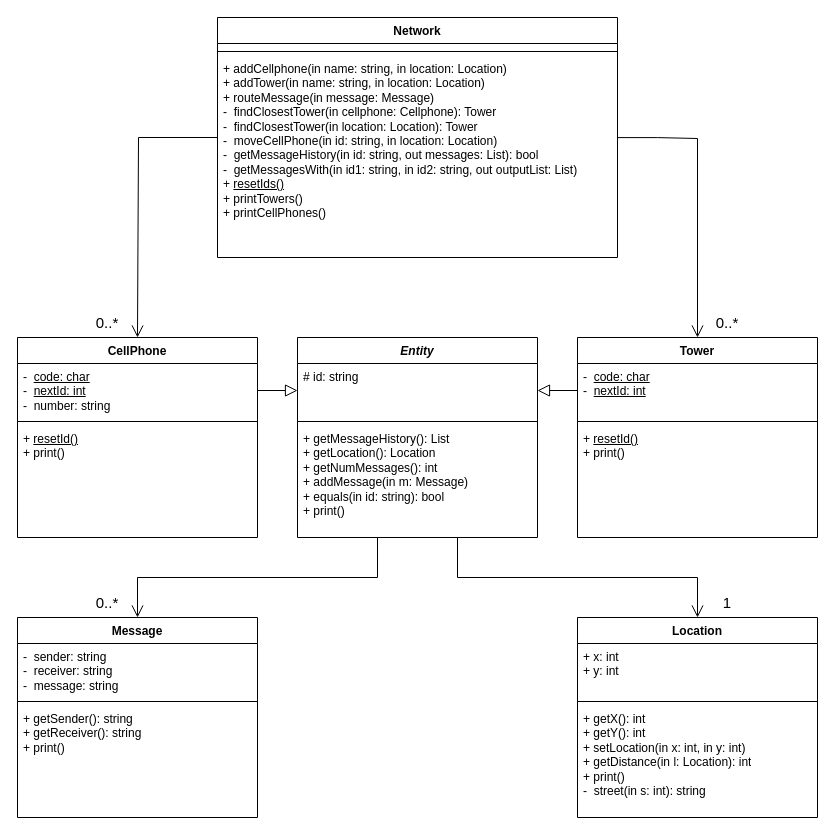
Above: Untitled Diagram.drawio in InvalidPathException/draw.io (draw.io), before the change. Source tidied: cells renumbered, new cells numbered last; positions are measured from the earlier drawing's top-left corner, leaving out a move shared by most shapes. Both pictures are drawn from the tidied source at 100%, with x=0, y=0 at pixel (17, 17).
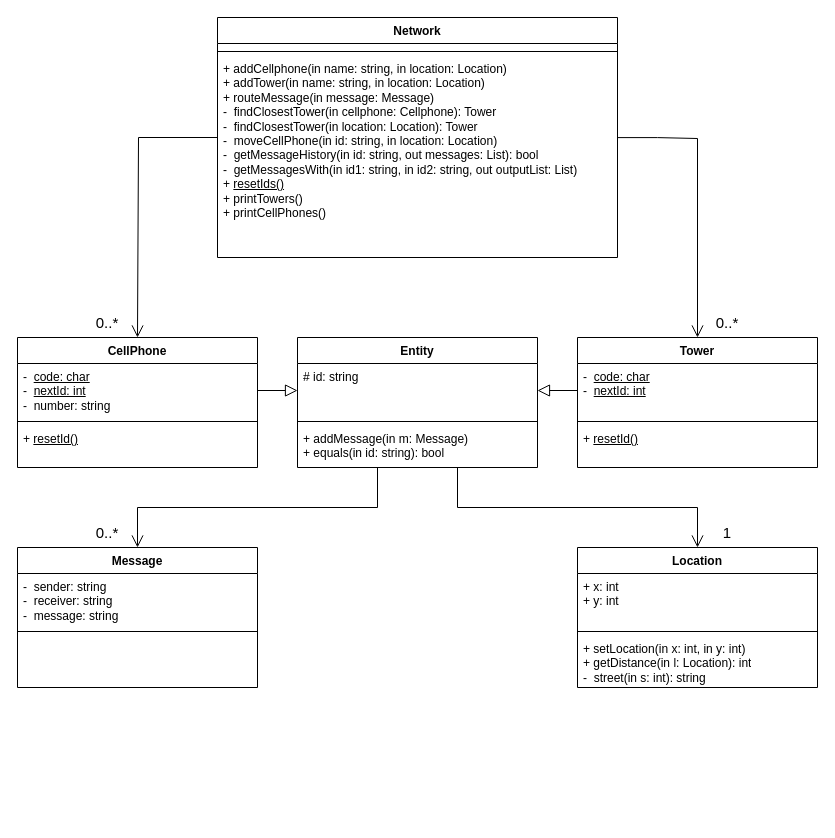
The same page after the edit.

What changed in the source:
```diff
@@
     <mxCell id="8" value="CellPhone" style="swimlane;fontStyle=1;align=center;verticalAlign=top;horizontal=1;startSize=26;whiteSpace=wrap;html=1;" parent="1" vertex="1">
-      <mxGeometry y="320" width="240" height="200" as="geometry" />
+      <mxGeometry y="320" width="240" height="130" as="geometry" />
     </mxCell>
@@
-    <mxCell id="11" value="&lt;div&gt;+ &lt;u&gt;resetId()&lt;/u&gt;&lt;/div&gt;&lt;div&gt;+ print()&lt;br&gt;&lt;/div&gt;" style="text;strokeColor=none;fillColor=none;align=left;verticalAlign=top;spacingLeft=4;spacingRight=4;overflow=hidden;whiteSpace=wrap;html=1;" parent="8" vertex="1">
-      <mxGeometry y="88" width="240" height="112" as="geometry" />
+    <mxCell id="11" value="&lt;div&gt;+ &lt;u&gt;resetId()&lt;/u&gt;&lt;/div&gt;" style="text;strokeColor=none;fillColor=none;align=left;verticalAlign=top;spacingLeft=4;spacingRight=4;overflow=hidden;whiteSpace=wrap;html=1;" parent="8" vertex="1">
+      <mxGeometry y="88" width="240" height="42" as="geometry" />
     </mxCell>
     <mxCell id="12" value="Tower" style="swimlane;fontStyle=1;align=center;verticalAlign=top;horizontal=1;startSize=26;whiteSpace=wrap;html=1;" parent="1" vertex="1">
-      <mxGeometry x="560" y="320" width="240" height="200" as="geometry" />
+      <mxGeometry x="560" y="320" width="240" height="130" as="geometry" />
     </mxCell>
@@
-    <mxCell id="15" value="&lt;div&gt;+ &lt;u&gt;resetId()&lt;/u&gt;&lt;/div&gt;&lt;div&gt;+ print()&lt;br&gt;&lt;/div&gt;" style="text;strokeColor=none;fillColor=none;align=left;verticalAlign=top;spacingLeft=4;spacingRight=4;overflow=hidden;whiteSpace=wrap;html=1;" parent="12" vertex="1">
-      <mxGeometry y="88" width="240" height="112" as="geometry" />
+    <mxCell id="15" value="&lt;div&gt;+ &lt;u&gt;resetId()&lt;/u&gt;&lt;/div&gt;" style="text;strokeColor=none;fillColor=none;align=left;verticalAlign=top;spacingLeft=4;spacingRight=4;overflow=hidden;whiteSpace=wrap;html=1;" parent="12" vertex="1">
+      <mxGeometry y="88" width="240" height="42" as="geometry" />
     </mxCell>
     <mxCell id="16" style="edgeStyle=orthogonalEdgeStyle;rounded=0;jettySize=auto;html=1;entryX=0.5;entryY=0;entryDx=0;entryDy=0;endArrow=open;endFill=0;endSize=10;" parent="1" edge="1" target="22">
       <mxGeometry relative="1" as="geometry">
-        <mxPoint x="360" y="520" as="sourcePoint" />
+        <mxPoint x="360" y="450" as="sourcePoint" />
         <Array as="points">
-          <mxPoint x="360" y="560" />
-          <mxPoint x="120" y="560" />
+          <mxPoint x="360" y="490" />
+          <mxPoint x="120" y="490" />
         </Array>
       </mxGeometry>
     </mxCell>
-    <mxCell id="17" value="&lt;i&gt;Entity&lt;/i&gt;" style="swimlane;fontStyle=1;align=center;verticalAlign=top;horizontal=1;startSize=26;whiteSpace=wrap;html=1;" parent="1" vertex="1">
-      <mxGeometry x="280" y="320" width="240" height="200" as="geometry" />
+    <mxCell id="17" value="Entity" style="swimlane;fontStyle=1;align=center;verticalAlign=top;horizontal=1;startSize=26;whiteSpace=wrap;html=1;" parent="1" vertex="1">
+      <mxGeometry x="280" y="320" width="240" height="130" as="geometry" />
     </mxCell>
@@
-    <mxCell id="20" value="+ getMessageHistory(): List&lt;br&gt;+ getLocation(): Location&lt;br&gt;+&amp;nbsp;getNumMessages(): int&lt;br&gt;+ addMessage(in m: Message)&lt;br&gt;+&amp;nbsp;equals(in id: string): bool&lt;br&gt;+ print()" style="text;strokeColor=none;fillColor=none;align=left;verticalAlign=top;spacingLeft=4;spacingRight=4;overflow=hidden;whiteSpace=wrap;html=1;" parent="17" vertex="1">
-      <mxGeometry y="88" width="240" height="112" as="geometry" />
+    <mxCell id="20" value="+ addMessage(in m: Message)&lt;br&gt;+&amp;nbsp;equals(in id: string): bool" style="text;strokeColor=none;fillColor=none;align=left;verticalAlign=top;spacingLeft=4;spacingRight=4;overflow=hidden;whiteSpace=wrap;html=1;" parent="17" vertex="1">
+      <mxGeometry y="88" width="240" height="42" as="geometry" />
     </mxCell>
@@
     <mxCell id="22" value="Message" style="swimlane;fontStyle=1;align=center;verticalAlign=top;horizontal=1;startSize=26;whiteSpace=wrap;html=1;" parent="1" vertex="1">
-      <mxGeometry y="600" width="240" height="200" as="geometry" />
+      <mxGeometry y="530" width="240" height="140" as="geometry" />
     </mxCell>
@@
-    <mxCell id="25" value="+ getSender(): string&lt;br&gt;+ getReceiver(): string&lt;br&gt;+ print()" style="text;strokeColor=none;fillColor=none;align=left;verticalAlign=top;spacingLeft=4;spacingRight=4;overflow=hidden;whiteSpace=wrap;html=1;" parent="22" vertex="1">
-      <mxGeometry y="88" width="240" height="112" as="geometry" />
+    <mxCell id="25" value="&lt;div&gt;&lt;br&gt;&lt;/div&gt;&lt;div&gt;&lt;br&gt;&lt;/div&gt;&lt;div&gt;&lt;br&gt;&lt;/div&gt;" style="text;strokeColor=none;fillColor=none;align=left;verticalAlign=top;spacingLeft=4;spacingRight=4;overflow=hidden;whiteSpace=wrap;html=1;" parent="22" vertex="1">
+      <mxGeometry y="88" width="240" height="52" as="geometry" />
     </mxCell>
@@
     <mxCell id="27" value="&lt;font style=&quot;font-size: 15px;&quot;&gt;0..*&lt;/font&gt;" style="text;html=1;strokeColor=none;fillColor=none;align=center;verticalAlign=middle;whiteSpace=wrap;rounded=0;" parent="1" vertex="1">
-      <mxGeometry x="60" y="570" width="60" height="30" as="geometry" />
+      <mxGeometry x="60" y="500" width="60" height="30" as="geometry" />
     </mxCell>
@@
     <mxCell id="30" style="edgeStyle=orthogonalEdgeStyle;rounded=0;orthogonalLoop=1;jettySize=auto;html=1;endArrow=open;endFill=0;endSize=10;" parent="1" edge="1">
       <mxGeometry relative="1" as="geometry">
-        <mxPoint x="440" y="520" as="sourcePoint" />
-        <mxPoint x="680" y="600" as="targetPoint" />
+        <mxPoint x="440" y="450" as="sourcePoint" />
+        <mxPoint x="680" y="530" as="targetPoint" />
         <Array as="points">
-          <mxPoint x="440" y="560" />
-          <mxPoint x="680" y="560" />
-          <mxPoint x="680" y="600" />
+          <mxPoint x="440" y="490" />
+          <mxPoint x="680" y="490" />
+          <mxPoint x="680" y="530" />
         </Array>
       </mxGeometry>
     </mxCell>
     <mxCell id="31" value="Location" style="swimlane;fontStyle=1;align=center;verticalAlign=top;horizontal=1;startSize=26;whiteSpace=wrap;html=1;" parent="1" vertex="1">
-      <mxGeometry x="560" y="600" width="240" height="200" as="geometry" />
+      <mxGeometry x="560" y="530" width="240" height="140" as="geometry" />
     </mxCell>
@@
-    <mxCell id="34" value="&lt;div&gt;+ getX(): int&lt;/div&gt;&lt;div&gt;+ getY(): int&lt;/div&gt;&lt;div&gt;+ setLocation(in x: int, in y: int)&lt;/div&gt;&lt;div&gt;+ getDistance(in l: Location): int&lt;br&gt;&lt;/div&gt;&lt;div&gt;+ print()&lt;/div&gt;&lt;div&gt;-&amp;nbsp; street(in s: int): string&lt;br&gt;&lt;/div&gt;" style="text;strokeColor=none;fillColor=none;align=left;verticalAlign=top;spacingLeft=4;spacingRight=4;overflow=hidden;whiteSpace=wrap;html=1;" parent="31" vertex="1">
-      <mxGeometry y="88" width="240" height="112" as="geometry" />
+    <mxCell id="34" value="+ setLocation(in x: int, in y: int)&lt;div&gt;+ getDistance(in l: Location): int&lt;/div&gt;&lt;div&gt;-&amp;nbsp; street(in s: int): string&lt;br&gt;&lt;/div&gt;" style="text;strokeColor=none;fillColor=none;align=left;verticalAlign=top;spacingLeft=4;spacingRight=4;overflow=hidden;whiteSpace=wrap;html=1;" parent="31" vertex="1">
+      <mxGeometry y="88" width="240" height="52" as="geometry" />
     </mxCell>
     <mxCell id="35" value="&lt;font style=&quot;font-size: 15px;&quot;&gt;1&lt;/font&gt;" style="text;html=1;strokeColor=none;fillColor=none;align=center;verticalAlign=middle;whiteSpace=wrap;rounded=0;" parent="1" vertex="1">
-      <mxGeometry x="680" y="570" width="60" height="30" as="geometry" />
+      <mxGeometry x="680" y="500" width="60" height="30" as="geometry" />
     </mxCell>
```
